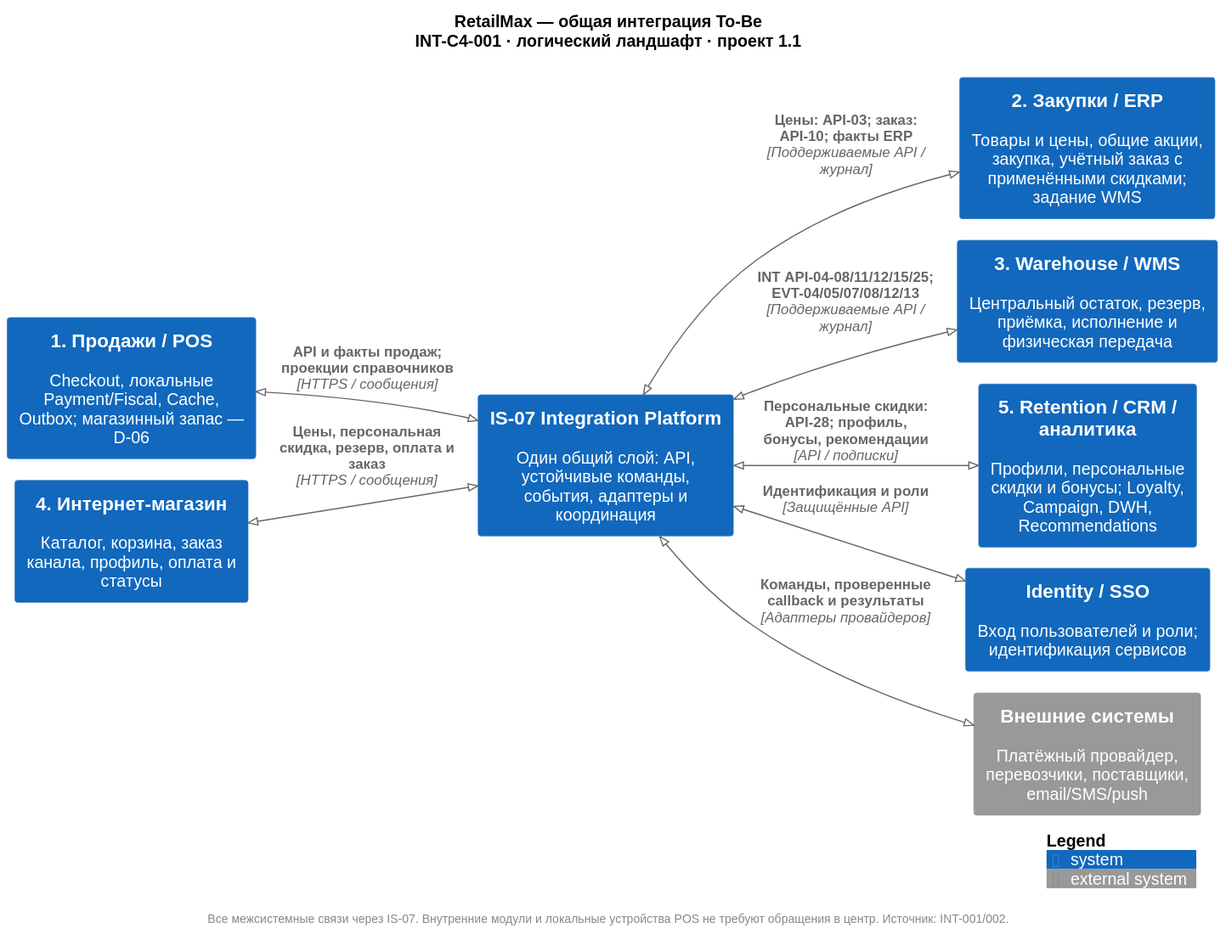
Before: 06_integration_architecture/diagrams/INT-C4-001-landscape.svg, a diagram exported from PlantUML (rsingatulin/hse_architecture).
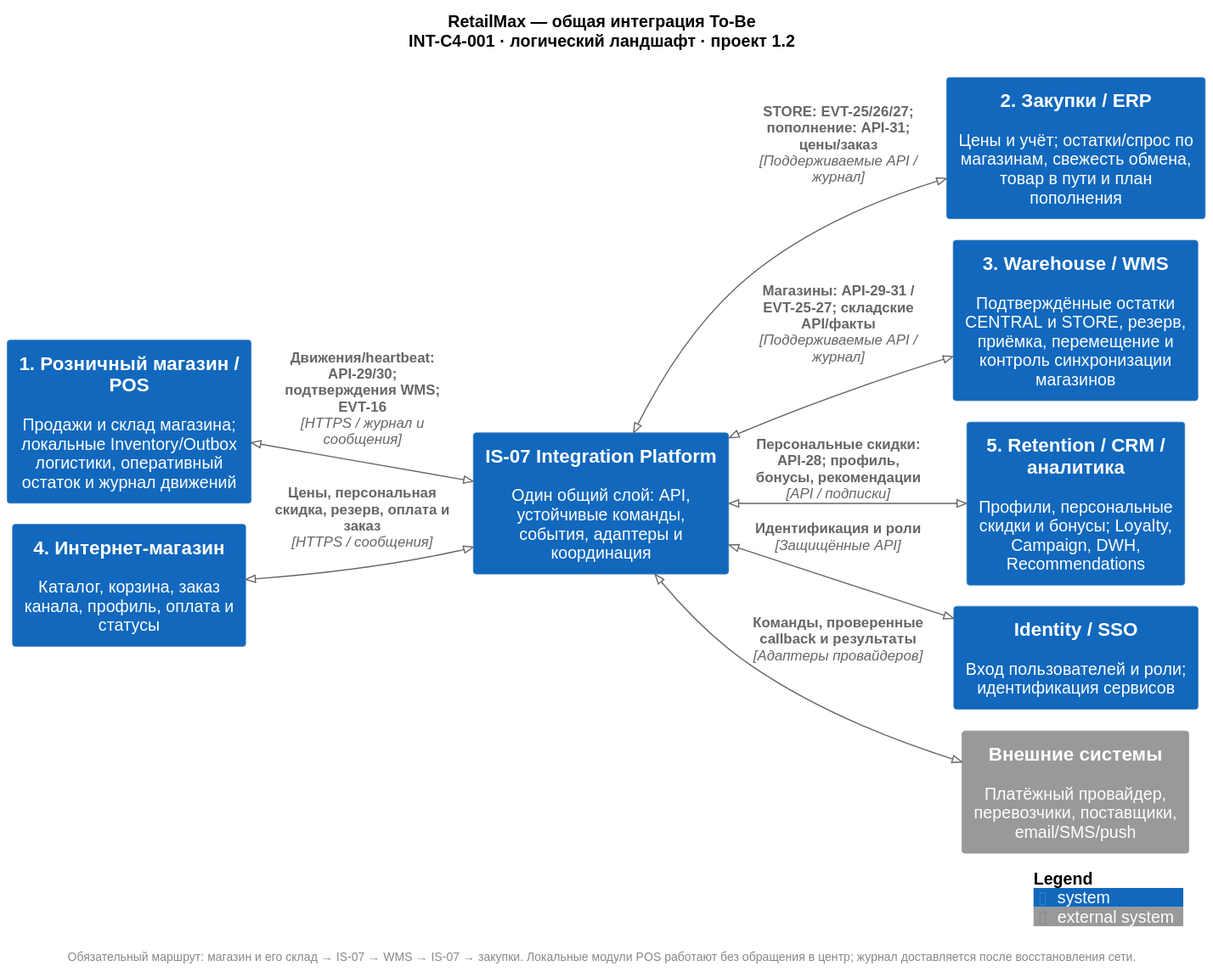
The same file after the commit.

Diff of the diagram source:
```diff
@@ -4,22 +4,22 @@
 LAYOUT_LEFT_RIGHT()
 skinparam defaultFontName Arial
 skinparam backgroundColor white
-title RetailMax — общая интеграция To-Be\nINT-C4-001 · логический ландшафт · проект 1.1
-System(pos, "1. Продажи / POS", "Checkout, локальные Payment/Fiscal, Cache, Outbox; магазинный запас — D-06")
+title RetailMax — общая интеграция To-Be\nINT-C4-001 · логический ландшафт · проект 1.2
+System(pos, "1. Розничный магазин / POS", "Продажи и склад магазина; локальные Inventory/Outbox логистики, оперативный остаток и журнал движений")
 System(shop, "4. Интернет-магазин", "Каталог, корзина, заказ канала, профиль, оплата и статусы")
 System(ip, "IS-07 Integration Platform", "Один общий слой: API, устойчивые команды, события, адаптеры и координация")
-System(erp, "2. Закупки / ERP", "Товары и цены, общие акции, закупка, учётный заказ с применёнными скидками; задание WMS")
-System(wms, "3. Warehouse / WMS", "Центральный остаток, резерв, приёмка, исполнение и физическая передача")
+System(erp, "2. Закупки / ERP", "Цены и учёт; остатки/спрос по магазинам, свежесть обмена, товар в пути и план пополнения")
+System(wms, "3. Warehouse / WMS", "Подтверждённые остатки CENTRAL и STORE, резерв, приёмка, перемещение и контроль синхронизации магазинов")
 System(ret, "5. Retention / CRM / аналитика", "Профили, персональные скидки и бонусы; Loyalty, Campaign, DWH, Recommendations")
 System(shared, "Identity / SSO", "Вход пользователей и роли; идентификация сервисов")
 System_Ext(ext, "Внешние системы", "Платёжный провайдер, перевозчики, поставщики, email/SMS/push")
-BiRel(pos, ip, "API и факты продаж; проекции справочников", "HTTPS / сообщения")
+BiRel(pos, ip, "Движения/heartbeat: API-29/30; подтверждения WMS; EVT-16", "HTTPS / журнал и сообщения")
 BiRel(shop, ip, "Цены, персональная скидка, резерв, оплата и заказ", "HTTPS / сообщения")
-BiRel(ip, erp, "Цены: API-03; заказ: API-10; факты ERP", "Поддерживаемые API / журнал")
-BiRel(ip, wms, "INT API-04-08/11/12/15/25; EVT-04/05/07/08/12/13", "Поддерживаемые API / журнал")
+BiRel(ip, erp, "STORE: EVT-25/26/27; пополнение: API-31; цены/заказ", "Поддерживаемые API / журнал")
+BiRel(ip, wms, "Магазины: API-29-31 / EVT-25-27; складские API/факты", "Поддерживаемые API / журнал")
 BiRel(ip, ret, "Персональные скидки: API-28; профиль, бонусы, рекомендации", "API / подписки")
 BiRel(ip, shared, "Идентификация и роли", "Защищённые API")
 BiRel(ip, ext, "Команды, проверенные callback и результаты", "Адаптеры провайдеров")
 SHOW_LEGEND()
-footer Все межсистемные связи через IS-07. Внутренние модули и локальные устройства POS не требуют обращения в центр. Источник: INT-001/002.
+footer Обязательный маршрут: магазин и его склад → IS-07 → WMS → IS-07 → закупки. Локальные модули POS работают без обращения в центр; журнал доставляется после восстановления сети.
 @enduml
```
